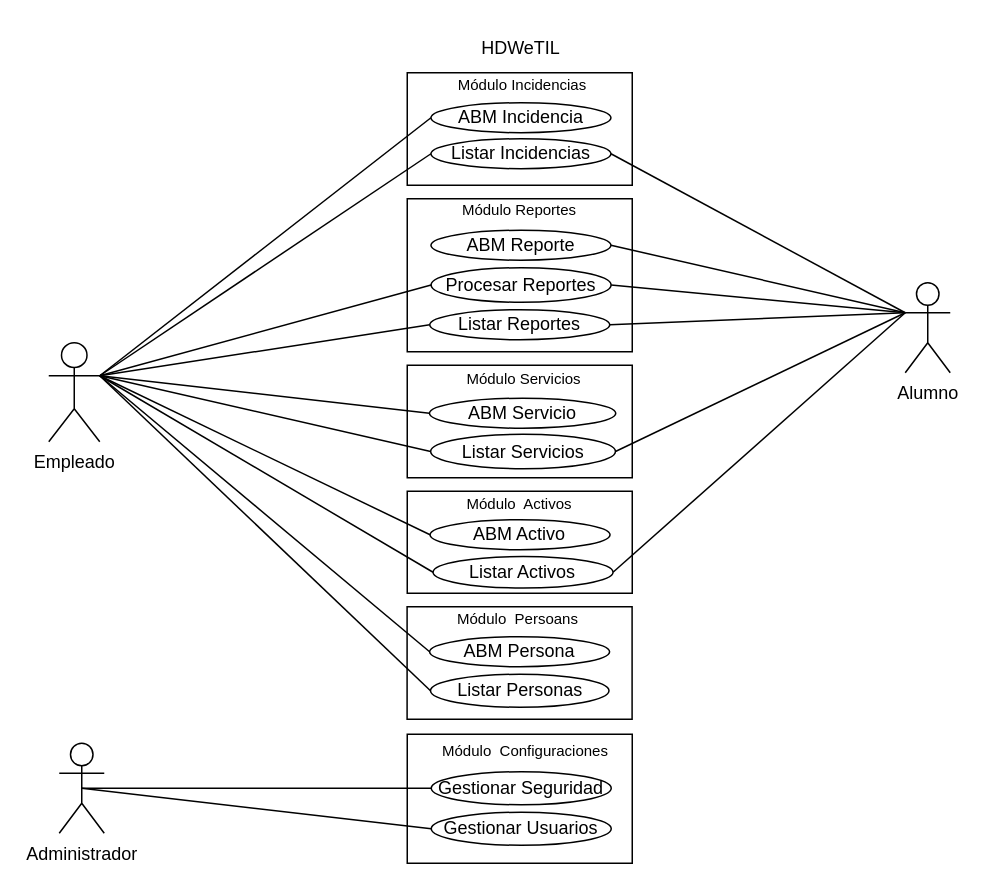
Before: page "CU-02" (2 of 4) of documentation/Modelo/Plan-Requisito/Casos_Uso/CasoUso.drawio in RodSebDaS/HDWeTIL, a draw.io diagram. Source tidied: cells renumbered, new cells numbered last; positions are measured from the earlier drawing's top-left corner, leaving out a move shared by most shapes. Both pictures are drawn from the tidied source at 150%, with x=0, y=0 at pixel (48, 26).
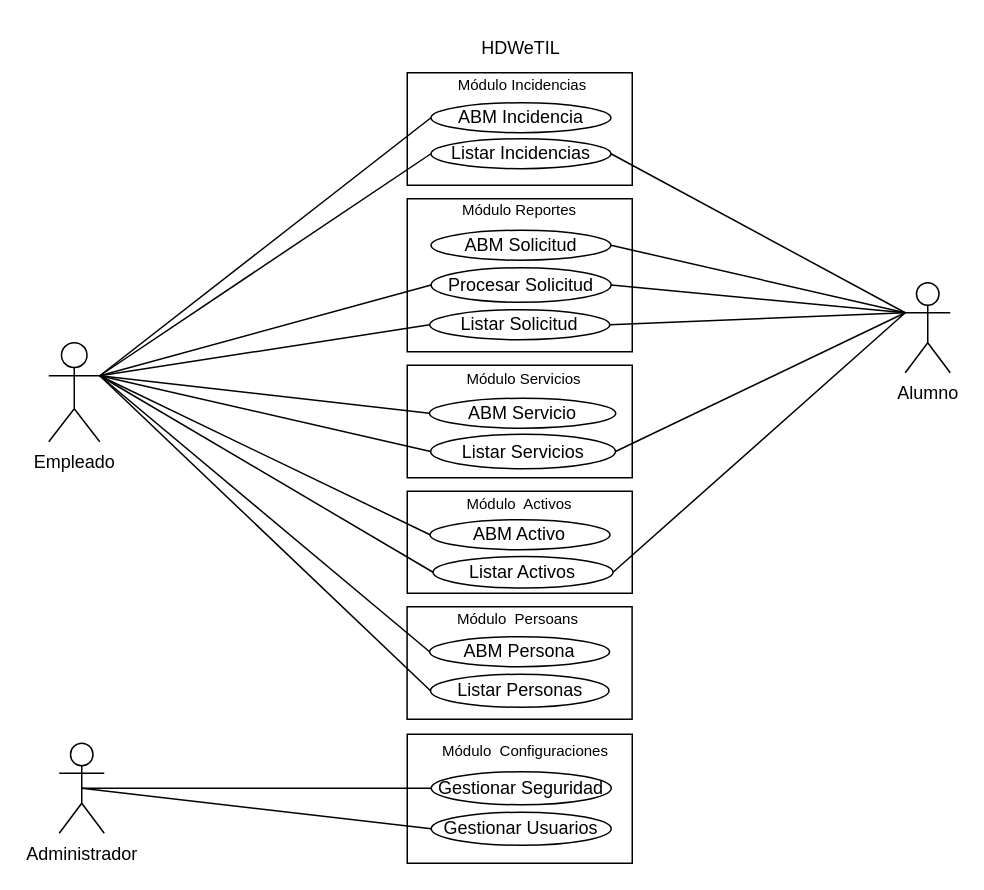
Above is the later version.

The edit, as a diff of the source:
```diff
@@
-    <mxCell id="19" value="ABM Reporte" style="ellipse;whiteSpace=wrap;html=1;" parent="1" vertex="1">
+    <mxCell id="19" value="ABM Solicitud" style="ellipse;whiteSpace=wrap;html=1;" parent="1" vertex="1">
       <mxGeometry x="254.8" y="136" width="120" height="20" as="geometry" />
     </mxCell>
-    <mxCell id="20" value="Procesar Reportes" style="ellipse;whiteSpace=wrap;html=1;" parent="1" vertex="1">
+    <mxCell id="20" value="Procesar Solicitud" style="ellipse;whiteSpace=wrap;html=1;" parent="1" vertex="1">
       <mxGeometry x="254.9" y="161" width="120" height="23" as="geometry" />
     </mxCell>
@@
-    <mxCell id="47" value="Listar Reportes" style="ellipse;whiteSpace=wrap;html=1;" parent="1" vertex="1">
+    <mxCell id="47" value="Listar Solicitud" style="ellipse;whiteSpace=wrap;html=1;" parent="1" vertex="1">
       <mxGeometry x="254" y="189" width="120" height="20" as="geometry" />
     </mxCell>
```
